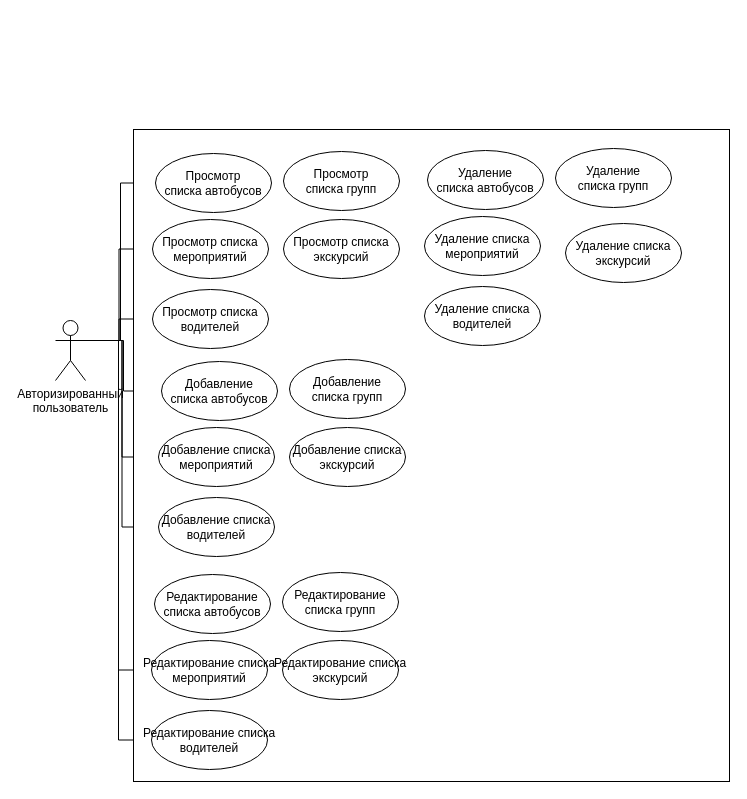
Above: page "Use-Case" (3 of 4) of Diagramma_bez_nazvania.drawio in dima2015rl/test (draw.io), before the change. Source tidied: cells renumbered, new cells numbered last; positions are measured from the earlier drawing's top-left corner, leaving out a move shared by most shapes. Both pictures are drawn from the tidied source at 100%, with x=0, y=0 at pixel (55, 129).
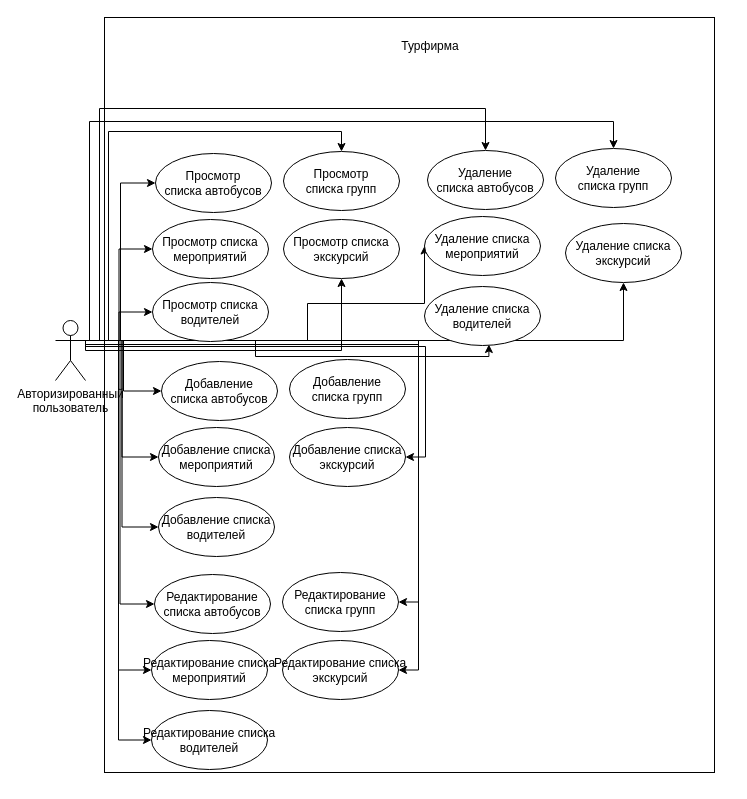
The same page after the edit.

The change refers to these unchanged cells:
```xml
<mxCell id="10" value="Авторизированный&lt;br&gt;пользователь" style="shape=umlActor;verticalLabelPosition=bottom;verticalAlign=top;html=1;outlineConnect=0;" parent="1" vertex="1">
  <mxGeometry y="191" width="30" height="60" as="geometry" />
</mxCell>
<mxCell id="13" value="Просмотр&lt;br&gt;списка групп" style="ellipse;whiteSpace=wrap;html=1;" parent="1" vertex="1">
  <mxGeometry x="228" y="22" width="116" height="59" as="geometry" />
</mxCell>
<mxCell id="15" value="Просмотр списка экскурсий" style="ellipse;whiteSpace=wrap;html=1;" parent="1" vertex="1">
  <mxGeometry x="228" y="90" width="116" height="59" as="geometry" />
</mxCell>
<mxCell id="20" value="Добавление списка экскурсий" style="ellipse;whiteSpace=wrap;html=1;" parent="1" vertex="1">
  <mxGeometry x="234" y="298" width="116" height="59" as="geometry" />
</mxCell>
<mxCell id="22" value="Редактирование&lt;br&gt;списка автобусов" style="ellipse;whiteSpace=wrap;html=1;" parent="1" vertex="1">
  <mxGeometry x="99" y="445" width="116" height="59" as="geometry" />
</mxCell>
<mxCell id="23" value="Редактирование&lt;br&gt;списка групп" style="ellipse;whiteSpace=wrap;html=1;" parent="1" vertex="1">
  <mxGeometry x="227" y="443" width="116" height="59" as="geometry" />
</mxCell>
<mxCell id="25" value="Редактирование&amp;nbsp;списка экскурсий" style="ellipse;whiteSpace=wrap;html=1;" parent="1" vertex="1">
  <mxGeometry x="227" y="511" width="116" height="59" as="geometry" />
</mxCell>
<mxCell id="27" value="Удаление&lt;br&gt;списка автобусов" style="ellipse;whiteSpace=wrap;html=1;" parent="1" vertex="1">
  <mxGeometry x="372" y="21" width="116" height="59" as="geometry" />
</mxCell>
<mxCell id="28" value="Удаление&lt;br&gt;списка групп" style="ellipse;whiteSpace=wrap;html=1;" parent="1" vertex="1">
  <mxGeometry x="500" y="19" width="116" height="59" as="geometry" />
</mxCell>
<mxCell id="29" value="Удаление&amp;nbsp;списка мероприятий" style="ellipse;whiteSpace=wrap;html=1;" parent="1" vertex="1">
  <mxGeometry x="369" y="87" width="116" height="59" as="geometry" />
</mxCell>
<mxCell id="30" value="Удаление&amp;nbsp;списка экскурсий" style="ellipse;whiteSpace=wrap;html=1;" parent="1" vertex="1">
  <mxGeometry x="510" y="94" width="116" height="59" as="geometry" />
</mxCell>
<mxCell id="31" value="Удаление&amp;nbsp;списка водителей" style="ellipse;whiteSpace=wrap;html=1;" parent="1" vertex="1">
  <mxGeometry x="369" y="157" width="116" height="59" as="geometry" />
</mxCell>
```

Diff of the diagram source:
```diff
@@
+    <mxCell id="11" style="rounded=0;whiteSpace=wrap;html=1;" parent="1" vertex="1">
+      <mxGeometry x="49" y="-112" width="610" height="755" as="geometry" />
+    </mxCell>
@@
+    <mxCell id="32" style="edgeStyle=orthogonalEdgeStyle;rounded=0;jettySize=auto;html=1;exitX=1;exitY=0.3333333333333333;exitDx=0;exitDy=0;exitPerimeter=0;entryX=0.5;entryY=0;entryDx=0;entryDy=0;" parent="1" edge="1" source="10" target="13">
+      <mxGeometry relative="1" as="geometry">
+        <Array as="points">
+          <mxPoint x="53" y="211" />
+          <mxPoint x="53" y="2" />
+          <mxPoint x="286" y="2" />
+        </Array>
+      </mxGeometry>
+    </mxCell>
+    <mxCell id="33" style="edgeStyle=orthogonalEdgeStyle;rounded=0;jettySize=auto;html=1;exitX=1;exitY=0.3333333333333333;exitDx=0;exitDy=0;exitPerimeter=0;entryX=0.5;entryY=1;entryDx=0;entryDy=0;" parent="1" edge="1" source="10" target="15">
+      <mxGeometry relative="1" as="geometry">
+        <Array as="points">
+          <mxPoint x="30" y="221" />
+          <mxPoint x="286" y="221" />
+        </Array>
+      </mxGeometry>
+    </mxCell>
+    <mxCell id="34" style="edgeStyle=orthogonalEdgeStyle;rounded=0;jettySize=auto;html=1;exitX=1;exitY=0.3333333333333333;exitDx=0;exitDy=0;exitPerimeter=0;entryX=0.5;entryY=0;entryDx=0;entryDy=0;" parent="1" edge="1" source="10" target="27">
+      <mxGeometry relative="1" as="geometry">
+        <Array as="points">
+          <mxPoint x="44" y="211" />
+          <mxPoint x="44" y="-21" />
+          <mxPoint x="430" y="-21" />
+        </Array>
+      </mxGeometry>
+    </mxCell>
+    <mxCell id="35" style="edgeStyle=orthogonalEdgeStyle;rounded=0;jettySize=auto;html=1;exitX=1;exitY=0.3333333333333333;exitDx=0;exitDy=0;exitPerimeter=0;entryX=0.5;entryY=0;entryDx=0;entryDy=0;" parent="1" edge="1" source="10" target="28">
+      <mxGeometry relative="1" as="geometry">
+        <Array as="points">
+          <mxPoint x="34" y="211" />
+          <mxPoint x="34" y="-8" />
+          <mxPoint x="558" y="-8" />
+        </Array>
+      </mxGeometry>
+    </mxCell>
+    <mxCell id="36" style="edgeStyle=orthogonalEdgeStyle;rounded=0;jettySize=auto;html=1;exitX=1;exitY=0.3333333333333333;exitDx=0;exitDy=0;exitPerimeter=0;entryX=1;entryY=0.5;entryDx=0;entryDy=0;" parent="1" edge="1" source="10" target="20">
+      <mxGeometry relative="1" as="geometry">
+        <Array as="points">
+          <mxPoint x="30" y="217" />
+          <mxPoint x="370" y="217" />
+          <mxPoint x="370" y="328" />
+        </Array>
+      </mxGeometry>
+    </mxCell>
+    <mxCell id="37" style="edgeStyle=orthogonalEdgeStyle;rounded=0;jettySize=auto;html=1;exitX=1;exitY=0.3333333333333333;exitDx=0;exitDy=0;exitPerimeter=0;entryX=0;entryY=0.5;entryDx=0;entryDy=0;" parent="1" edge="1" source="10" target="22">
+      <mxGeometry relative="1" as="geometry" />
+    </mxCell>
+    <mxCell id="38" style="edgeStyle=orthogonalEdgeStyle;rounded=0;jettySize=auto;html=1;exitX=1;exitY=0.3333333333333333;exitDx=0;exitDy=0;exitPerimeter=0;entryX=1;entryY=0.5;entryDx=0;entryDy=0;" parent="1" edge="1" source="10" target="23">
+      <mxGeometry relative="1" as="geometry">
+        <Array as="points">
+          <mxPoint x="30" y="215" />
+          <mxPoint x="363" y="215" />
+          <mxPoint x="363" y="473" />
+        </Array>
+      </mxGeometry>
+    </mxCell>
+    <mxCell id="39" style="edgeStyle=orthogonalEdgeStyle;rounded=0;jettySize=auto;html=1;exitX=1;exitY=0.3333333333333333;exitDx=0;exitDy=0;exitPerimeter=0;entryX=1;entryY=0.5;entryDx=0;entryDy=0;" parent="1" edge="1" source="10" target="25">
+      <mxGeometry relative="1" as="geometry" />
+    </mxCell>
+    <mxCell id="40" style="edgeStyle=orthogonalEdgeStyle;rounded=0;jettySize=auto;html=1;exitX=1;exitY=0.3333333333333333;exitDx=0;exitDy=0;exitPerimeter=0;entryX=0.555;entryY=0.983;entryDx=0;entryDy=0;entryPerimeter=0;" parent="1" edge="1" source="10" target="31">
+      <mxGeometry relative="1" as="geometry">
+        <Array as="points">
+          <mxPoint x="200" y="211" />
+          <mxPoint x="200" y="227" />
+          <mxPoint x="433" y="227" />
+        </Array>
+      </mxGeometry>
+    </mxCell>
+    <mxCell id="41" style="edgeStyle=orthogonalEdgeStyle;rounded=0;jettySize=auto;html=1;exitX=1;exitY=0.3333333333333333;exitDx=0;exitDy=0;exitPerimeter=0;" parent="1" edge="1" source="10" target="30">
+      <mxGeometry relative="1" as="geometry" />
+    </mxCell>
+    <mxCell id="42" style="edgeStyle=orthogonalEdgeStyle;rounded=0;jettySize=auto;html=1;exitX=1;exitY=0.3333333333333333;exitDx=0;exitDy=0;exitPerimeter=0;entryX=0;entryY=0.5;entryDx=0;entryDy=0;" parent="1" edge="1" source="10" target="29">
+      <mxGeometry relative="1" as="geometry">
+        <Array as="points">
+          <mxPoint x="252" y="211" />
+          <mxPoint x="252" y="174" />
+          <mxPoint x="369" y="174" />
+        </Array>
+      </mxGeometry>
+    </mxCell>
@@
-    <mxCell id="11" style="rounded=0;whiteSpace=wrap;html=1;" parent="1" vertex="1">
-      <mxGeometry x="78" width="596" height="652" as="geometry" />
-    </mxCell>
@@
     <mxCell id="16" value="Просмотр списка водителей" style="ellipse;whiteSpace=wrap;html=1;" parent="1" vertex="1">
-      <mxGeometry x="97" y="160" width="116" height="59" as="geometry" />
+      <mxGeometry x="97" y="153" width="116" height="59" as="geometry" />
     </mxCell>
@@
+    <mxCell id="43" value="Турфирма" style="text;html=1;strokeColor=none;fillColor=none;align=center;verticalAlign=middle;whiteSpace=wrap;rounded=0;" parent="1" vertex="1">
+      <mxGeometry x="77" y="-98" width="596" height="30" as="geometry" />
+    </mxCell>
```
